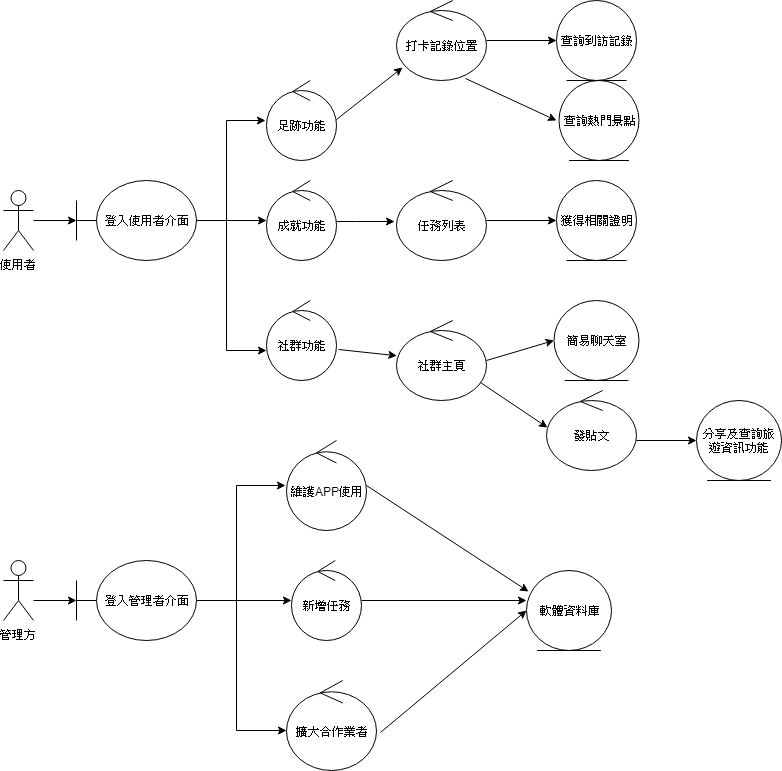
This is 強韌圖.png from 0624022/OO_2, a draw.io export, as it was before one commit. Source tidied: cells renumbered, new cells last; positions are measured from the earlier drawing's top-left corner, leaving out a move shared by most shapes. The source it was exported from:
```xml
<mxGraphModel>
  <root>
    <mxCell id="0" />
    <mxCell id="1" parent="0" />
    <mxCell id="2" value="管理方" style="shape=umlActor;verticalLabelPosition=bottom;labelBackgroundColor=#ffffff;verticalAlign=top;html=1;" parent="1" vertex="1">
      <mxGeometry y="560" width="30" height="60" as="geometry" />
    </mxCell>
    <mxCell id="3" style="edgeStyle=orthogonalEdgeStyle;rounded=0;jettySize=auto;html=1;" parent="1" edge="1" source="5">
      <mxGeometry relative="1" as="geometry">
        <mxPoint x="73" y="220" as="targetPoint" />
      </mxGeometry>
    </mxCell>
    <mxCell id="4" style="edgeStyle=orthogonalEdgeStyle;rounded=0;jettySize=auto;html=1;entryX=-0.014;entryY=0.5;entryDx=0;entryDy=0;entryPerimeter=0;" parent="1" edge="1" target="9">
      <mxGeometry relative="1" as="geometry">
        <mxPoint x="183" y="220" as="sourcePoint" />
      </mxGeometry>
    </mxCell>
    <mxCell id="5" value="使用者" style="shape=umlActor;verticalLabelPosition=bottom;labelBackgroundColor=#ffffff;verticalAlign=top;html=1;outlineConnect=0;" parent="1" vertex="1">
      <mxGeometry y="190" width="30" height="60" as="geometry" />
    </mxCell>
    <mxCell id="6" style="edgeStyle=orthogonalEdgeStyle;rounded=0;jettySize=auto;html=1;" parent="1" edge="1" source="8" target="11">
      <mxGeometry relative="1" as="geometry" />
    </mxCell>
    <mxCell id="7" style="edgeStyle=orthogonalEdgeStyle;rounded=0;jettySize=auto;html=1;entryX=0;entryY=0.625;entryDx=0;entryDy=0;entryPerimeter=0;" parent="1" edge="1" source="8" target="12">
      <mxGeometry relative="1" as="geometry">
        <Array as="points">
          <mxPoint x="223" y="220" />
          <mxPoint x="223" y="350" />
        </Array>
      </mxGeometry>
    </mxCell>
    <mxCell id="8" value="登入使用者介面" style="shape=umlBoundary;whiteSpace=wrap;html=1;" parent="1" vertex="1">
      <mxGeometry x="73" y="180" width="120" height="80" as="geometry" />
    </mxCell>
    <mxCell id="9" value="足跡功能&lt;br&gt;" style="ellipse;shape=umlControl;whiteSpace=wrap;html=1;" parent="1" vertex="1">
      <mxGeometry x="263" y="80" width="70" height="80" as="geometry" />
    </mxCell>
    <mxCell id="10" style="edgeStyle=orthogonalEdgeStyle;rounded=0;jettySize=auto;html=1;entryX=-0.022;entryY=0.513;entryDx=0;entryDy=0;entryPerimeter=0;" parent="1" edge="1" source="11" target="18">
      <mxGeometry relative="1" as="geometry">
        <Array as="points">
          <mxPoint x="353" y="221" />
          <mxPoint x="353" y="221" />
        </Array>
      </mxGeometry>
    </mxCell>
    <mxCell id="11" value="成就功能" style="ellipse;shape=umlControl;whiteSpace=wrap;html=1;" parent="1" vertex="1">
      <mxGeometry x="263" y="180" width="70" height="80" as="geometry" />
    </mxCell>
    <mxCell id="12" value="社群功能" style="ellipse;shape=umlControl;whiteSpace=wrap;html=1;" parent="1" vertex="1">
      <mxGeometry x="263" y="300" width="70" height="80" as="geometry" />
    </mxCell>
    <mxCell id="13" style="edgeStyle=orthogonalEdgeStyle;rounded=0;jettySize=auto;html=1;entryX=0;entryY=0.5;entryDx=0;entryDy=0;" parent="1" edge="1" source="14" target="16">
      <mxGeometry relative="1" as="geometry" />
    </mxCell>
    <mxCell id="14" value="打卡記錄位置" style="ellipse;shape=umlControl;whiteSpace=wrap;html=1;" parent="1" vertex="1">
      <mxGeometry x="393" width="90" height="80" as="geometry" />
    </mxCell>
    <mxCell id="15" style="endArrow=classic;html=1;exitX=1;exitY=0.488;exitDx=0;exitDy=0;exitPerimeter=0;entryX=0.067;entryY=0.838;entryDx=0;entryDy=0;entryPerimeter=0;" parent="1" edge="1" source="9" target="14">
      <mxGeometry relative="1" as="geometry" />
    </mxCell>
    <mxCell id="16" value="查詢到訪記錄" style="ellipse;shape=umlEntity;whiteSpace=wrap;html=1;" parent="1" vertex="1">
      <mxGeometry x="553" width="80" height="80" as="geometry" />
    </mxCell>
    <mxCell id="17" style="edgeStyle=orthogonalEdgeStyle;rounded=0;jettySize=auto;html=1;" parent="1" edge="1" source="18" target="19">
      <mxGeometry relative="1" as="geometry" />
    </mxCell>
    <mxCell id="18" value="任務列表" style="ellipse;shape=umlControl;whiteSpace=wrap;html=1;" parent="1" vertex="1">
      <mxGeometry x="393" y="180" width="90" height="80" as="geometry" />
    </mxCell>
    <mxCell id="19" value="獲得相關證明" style="ellipse;shape=umlEntity;whiteSpace=wrap;html=1;" parent="1" vertex="1">
      <mxGeometry x="553" y="180" width="80" height="80" as="geometry" />
    </mxCell>
    <mxCell id="20" value="社群主頁" style="ellipse;shape=umlControl;whiteSpace=wrap;html=1;" parent="1" vertex="1">
      <mxGeometry x="393" y="320" width="90" height="80" as="geometry" />
    </mxCell>
    <mxCell id="21" style="endArrow=classic;html=1;" parent="1" edge="1" target="20">
      <mxGeometry relative="1" as="geometry">
        <mxPoint x="335" y="349" as="sourcePoint" />
      </mxGeometry>
    </mxCell>
    <mxCell id="22" value="發貼文" style="ellipse;shape=umlControl;whiteSpace=wrap;html=1;" parent="1" vertex="1">
      <mxGeometry x="543" y="390" width="90" height="80" as="geometry" />
    </mxCell>
    <mxCell id="23" style="endArrow=classic;html=1;entryX=0.011;entryY=0.463;entryDx=0;entryDy=0;entryPerimeter=0;exitX=0.933;exitY=0.775;exitDx=0;exitDy=0;exitPerimeter=0;" parent="1" edge="1" source="20" target="22">
      <mxGeometry relative="1" as="geometry" />
    </mxCell>
    <mxCell id="24" style="endArrow=classic;html=1;entryX=0;entryY=0.5;entryDx=0;entryDy=0;" parent="1" edge="1" target="25">
      <mxGeometry relative="1" as="geometry">
        <mxPoint x="633" y="440" as="sourcePoint" />
      </mxGeometry>
    </mxCell>
    <mxCell id="25" value="分享及查詢旅遊資訊功能" style="ellipse;shape=umlEntity;whiteSpace=wrap;html=1;" parent="1" vertex="1">
      <mxGeometry x="693" y="400" width="85" height="80" as="geometry" />
    </mxCell>
    <mxCell id="26" style="endArrow=classic;html=1;entryX=0;entryY=0.5;entryDx=0;entryDy=0;exitX=1;exitY=0.5;exitDx=0;exitDy=0;exitPerimeter=0;" parent="1" edge="1" source="20" target="27">
      <mxGeometry relative="1" as="geometry" />
    </mxCell>
    <mxCell id="27" value="簡易聊天室" style="ellipse;shape=umlEntity;whiteSpace=wrap;html=1;" parent="1" vertex="1">
      <mxGeometry x="550.5" y="300" width="85" height="80" as="geometry" />
    </mxCell>
    <mxCell id="28" value="查詢熱門景點" style="ellipse;shape=umlEntity;whiteSpace=wrap;html=1;" parent="1" vertex="1">
      <mxGeometry x="555.5" y="80" width="80" height="80" as="geometry" />
    </mxCell>
    <mxCell id="29" style="endArrow=classic;html=1;exitX=0.767;exitY=0.975;exitDx=0;exitDy=0;exitPerimeter=0;" parent="1" edge="1" source="14">
      <mxGeometry relative="1" as="geometry">
        <mxPoint x="553" y="120" as="targetPoint" />
      </mxGeometry>
    </mxCell>
    <mxCell id="30" style="edgeStyle=orthogonalEdgeStyle;rounded=0;orthogonalLoop=1;jettySize=auto;html=1;" parent="1" edge="1">
      <mxGeometry relative="1" as="geometry">
        <mxPoint x="30" y="600" as="sourcePoint" />
        <mxPoint x="73" y="600" as="targetPoint" />
      </mxGeometry>
    </mxCell>
    <mxCell id="31" value="登入管理者介面" style="shape=umlBoundary;whiteSpace=wrap;html=1;" parent="1" vertex="1">
      <mxGeometry x="73" y="560" width="120" height="80" as="geometry" />
    </mxCell>
    <mxCell id="32" style="edgeStyle=orthogonalEdgeStyle;rounded=0;jettySize=auto;html=1;entryX=-0.014;entryY=0.5;entryDx=0;entryDy=0;entryPerimeter=0;" parent="1" edge="1" target="35">
      <mxGeometry relative="1" as="geometry">
        <mxPoint x="193" y="600" as="sourcePoint" />
        <Array as="points">
          <mxPoint x="233" y="600" />
          <mxPoint x="233" y="485" />
        </Array>
      </mxGeometry>
    </mxCell>
    <mxCell id="33" style="edgeStyle=orthogonalEdgeStyle;rounded=0;jettySize=auto;html=1;" parent="1" edge="1" target="37">
      <mxGeometry relative="1" as="geometry">
        <mxPoint x="203" y="600" as="sourcePoint" />
      </mxGeometry>
    </mxCell>
    <mxCell id="34" style="edgeStyle=orthogonalEdgeStyle;rounded=0;orthogonalLoop=1;jettySize=auto;html=1;" parent="1" edge="1">
      <mxGeometry relative="1" as="geometry">
        <mxPoint x="203" y="600" as="sourcePoint" />
        <mxPoint x="283" y="730" as="targetPoint" />
        <Array as="points">
          <mxPoint x="233" y="600" />
          <mxPoint x="233" y="730" />
        </Array>
      </mxGeometry>
    </mxCell>
    <mxCell id="35" value="維護APP使用" style="ellipse;shape=umlControl;whiteSpace=wrap;html=1;" parent="1" vertex="1">
      <mxGeometry x="283" y="440" width="80" height="90" as="geometry" />
    </mxCell>
    <mxCell id="36" style="edgeStyle=orthogonalEdgeStyle;rounded=0;jettySize=auto;html=1;entryX=0;entryY=0.375;entryDx=0;entryDy=0;entryPerimeter=0;" parent="1" edge="1" source="37" target="39">
      <mxGeometry relative="1" as="geometry" />
    </mxCell>
    <mxCell id="37" value="新增任務" style="ellipse;shape=umlControl;whiteSpace=wrap;html=1;" parent="1" vertex="1">
      <mxGeometry x="288" y="560" width="70" height="80" as="geometry" />
    </mxCell>
    <mxCell id="38" value="擴大合作業者" style="ellipse;shape=umlControl;whiteSpace=wrap;html=1;" parent="1" vertex="1">
      <mxGeometry x="283" y="680" width="90" height="90" as="geometry" />
    </mxCell>
    <mxCell id="39" value="軟體資料庫" style="ellipse;shape=umlEntity;whiteSpace=wrap;html=1;" parent="1" vertex="1">
      <mxGeometry x="523" y="570" width="85" height="80" as="geometry" />
    </mxCell>
    <mxCell id="40" style="endArrow=classic;html=1;entryX=0.024;entryY=0.263;entryDx=0;entryDy=0;entryPerimeter=0;exitX=0.933;exitY=0.775;exitDx=0;exitDy=0;exitPerimeter=0;" parent="1" edge="1" target="39">
      <mxGeometry relative="1" as="geometry">
        <mxPoint x="363" y="485" as="sourcePoint" />
      </mxGeometry>
    </mxCell>
    <mxCell id="41" style="endArrow=classic;html=1;entryX=0;entryY=0.5;entryDx=0;entryDy=0;exitX=1.044;exitY=0.578;exitDx=0;exitDy=0;exitPerimeter=0;" parent="1" edge="1" source="38" target="39">
      <mxGeometry relative="1" as="geometry" />
    </mxCell>
  </root>
</mxGraphModel>
```
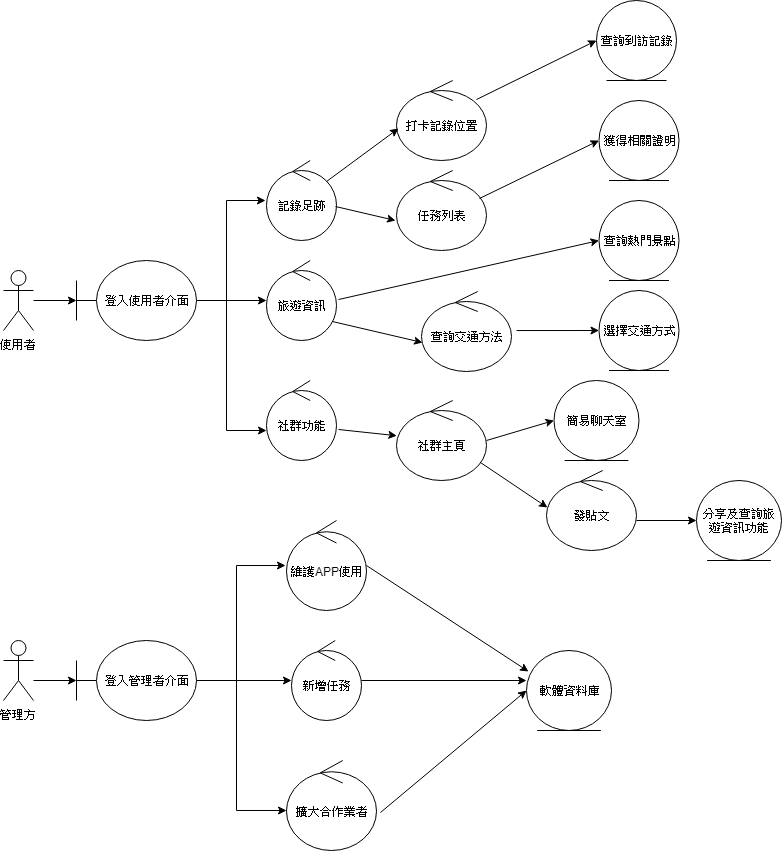
Above is the later version.

Diff of the diagram source:
```diff
@@ -32,44 +32,24 @@
     <mxCell id="8" value="登入使用者介面" style="shape=umlBoundary;whiteSpace=wrap;html=1;" parent="1" vertex="1">
       <mxGeometry x="73" y="180" width="120" height="80" as="geometry" />
     </mxCell>
-    <mxCell id="9" value="足跡功能&lt;br&gt;" style="ellipse;shape=umlControl;whiteSpace=wrap;html=1;" parent="1" vertex="1">
+    <mxCell id="9" value="記錄足跡" style="ellipse;shape=umlControl;whiteSpace=wrap;html=1;" parent="1" vertex="1">
       <mxGeometry x="263" y="80" width="70" height="80" as="geometry" />
     </mxCell>
-    <mxCell id="10" style="edgeStyle=orthogonalEdgeStyle;rounded=0;jettySize=auto;html=1;entryX=-0.022;entryY=0.513;entryDx=0;entryDy=0;entryPerimeter=0;" parent="1" edge="1" source="11" target="18">
-      <mxGeometry relative="1" as="geometry">
-        <Array as="points">
-          <mxPoint x="353" y="221" />
-          <mxPoint x="353" y="221" />
-        </Array>
-      </mxGeometry>
-    </mxCell>
-    <mxCell id="11" value="成就功能" style="ellipse;shape=umlControl;whiteSpace=wrap;html=1;" parent="1" vertex="1">
+    <mxCell id="11" value="旅遊資訊" style="ellipse;shape=umlControl;whiteSpace=wrap;html=1;" parent="1" vertex="1">
       <mxGeometry x="263" y="180" width="70" height="80" as="geometry" />
     </mxCell>
     <mxCell id="12" value="社群功能" style="ellipse;shape=umlControl;whiteSpace=wrap;html=1;" parent="1" vertex="1">
       <mxGeometry x="263" y="300" width="70" height="80" as="geometry" />
     </mxCell>
-    <mxCell id="13" style="edgeStyle=orthogonalEdgeStyle;rounded=0;jettySize=auto;html=1;entryX=0;entryY=0.5;entryDx=0;entryDy=0;" parent="1" edge="1" source="14" target="16">
-      <mxGeometry relative="1" as="geometry" />
-    </mxCell>
     <mxCell id="14" value="打卡記錄位置" style="ellipse;shape=umlControl;whiteSpace=wrap;html=1;" parent="1" vertex="1">
       <mxGeometry x="393" width="90" height="80" as="geometry" />
     </mxCell>
-    <mxCell id="15" style="endArrow=classic;html=1;exitX=1;exitY=0.488;exitDx=0;exitDy=0;exitPerimeter=0;entryX=0.067;entryY=0.838;entryDx=0;entryDy=0;entryPerimeter=0;" parent="1" edge="1" source="9" target="14">
+    <mxCell id="15" style="endArrow=classic;html=1;exitX=0.857;exitY=0.263;exitDx=0;exitDy=0;exitPerimeter=0;entryX=0.022;entryY=0.6;entryDx=0;entryDy=0;entryPerimeter=0;" parent="1" edge="1" source="9" target="14">
       <mxGeometry relative="1" as="geometry" />
     </mxCell>
     <mxCell id="16" value="查詢到訪記錄" style="ellipse;shape=umlEntity;whiteSpace=wrap;html=1;" parent="1" vertex="1">
-      <mxGeometry x="553" width="80" height="80" as="geometry" />
+      <mxGeometry x="593" y="-80" width="80" height="80" as="geometry" />
     </mxCell>
-    <mxCell id="17" style="edgeStyle=orthogonalEdgeStyle;rounded=0;jettySize=auto;html=1;" parent="1" edge="1" source="18" target="19">
-      <mxGeometry relative="1" as="geometry" />
-    </mxCell>
-    <mxCell id="18" value="任務列表" style="ellipse;shape=umlControl;whiteSpace=wrap;html=1;" parent="1" vertex="1">
-      <mxGeometry x="393" y="180" width="90" height="80" as="geometry" />
-    </mxCell>
-    <mxCell id="19" value="獲得相關證明" style="ellipse;shape=umlEntity;whiteSpace=wrap;html=1;" parent="1" vertex="1">
-      <mxGeometry x="553" y="180" width="80" height="80" as="geometry" />
-    </mxCell>
     <mxCell id="20" value="社群主頁" style="ellipse;shape=umlControl;whiteSpace=wrap;html=1;" parent="1" vertex="1">
       <mxGeometry x="393" y="320" width="90" height="80" as="geometry" />
     </mxCell>
@@ -99,13 +79,8 @@
       <mxGeometry x="550.5" y="300" width="85" height="80" as="geometry" />
     </mxCell>
     <mxCell id="28" value="查詢熱門景點" style="ellipse;shape=umlEntity;whiteSpace=wrap;html=1;" parent="1" vertex="1">
-      <mxGeometry x="555.5" y="80" width="80" height="80" as="geometry" />
+      <mxGeometry x="595.5" y="120" width="80" height="80" as="geometry" />
     </mxCell>
-    <mxCell id="29" style="endArrow=classic;html=1;exitX=0.767;exitY=0.975;exitDx=0;exitDy=0;exitPerimeter=0;" parent="1" edge="1" source="14">
-      <mxGeometry relative="1" as="geometry">
-        <mxPoint x="553" y="120" as="targetPoint" />
-      </mxGeometry>
-    </mxCell>
     <mxCell id="30" style="edgeStyle=orthogonalEdgeStyle;rounded=0;orthogonalLoop=1;jettySize=auto;html=1;" parent="1" edge="1">
       <mxGeometry relative="1" as="geometry">
         <mxPoint x="30" y="600" as="sourcePoint" />
@@ -162,5 +137,35 @@
     <mxCell id="41" style="endArrow=classic;html=1;entryX=0;entryY=0.5;entryDx=0;entryDy=0;exitX=1.044;exitY=0.578;exitDx=0;exitDy=0;exitPerimeter=0;" parent="1" edge="1" source="38" target="39">
       <mxGeometry relative="1" as="geometry" />
     </mxCell>
+    <mxCell id="19" value="獲得相關證明" style="ellipse;shape=umlEntity;whiteSpace=wrap;html=1;" parent="1" vertex="1">
+      <mxGeometry x="595.5" y="20" width="80" height="80" as="geometry" />
+    </mxCell>
+    <mxCell id="13" style="endArrow=classic;html=1;entryX=0;entryY=0.5;entryDx=0;entryDy=0;exitX=0.889;exitY=0.238;exitDx=0;exitDy=0;exitPerimeter=0;" parent="1" edge="1" source="14" target="16">
+      <mxGeometry relative="1" as="geometry" />
+    </mxCell>
+    <mxCell id="42" style="endArrow=classic;html=1;entryX=0;entryY=0.5;entryDx=0;entryDy=0;exitX=1.029;exitY=0.488;exitDx=0;exitDy=0;exitPerimeter=0;" parent="1" edge="1" source="11" target="28">
+      <mxGeometry relative="1" as="geometry" />
+    </mxCell>
+    <mxCell id="43" value="查詢交通方法" style="ellipse;shape=umlControl;whiteSpace=wrap;html=1;" parent="1" vertex="1">
+      <mxGeometry x="418" y="211" width="90" height="80" as="geometry" />
+    </mxCell>
+    <mxCell id="44" style="endArrow=classic;html=1;entryX=0.011;entryY=0.638;entryDx=0;entryDy=0;exitX=0.943;exitY=0.763;exitDx=0;exitDy=0;exitPerimeter=0;entryPerimeter=0;" parent="1" edge="1" source="11" target="43">
+      <mxGeometry relative="1" as="geometry" />
+    </mxCell>
+    <mxCell id="45" value="選擇交通方式" style="ellipse;shape=umlEntity;whiteSpace=wrap;html=1;" parent="1" vertex="1">
+      <mxGeometry x="595.5" y="210" width="80" height="80" as="geometry" />
+    </mxCell>
+    <mxCell id="46" style="endArrow=classic;html=1;entryX=0;entryY=0.5;entryDx=0;entryDy=0;exitX=1.056;exitY=0.488;exitDx=0;exitDy=0;exitPerimeter=0;" parent="1" edge="1" source="43" target="45">
+      <mxGeometry relative="1" as="geometry" />
+    </mxCell>
+    <mxCell id="18" value="任務列表" style="ellipse;shape=umlControl;whiteSpace=wrap;html=1;" parent="1" vertex="1">
+      <mxGeometry x="393" y="90" width="90" height="80" as="geometry" />
+    </mxCell>
+    <mxCell id="47" style="endArrow=classic;html=1;exitX=0.986;exitY=0.575;exitDx=0;exitDy=0;exitPerimeter=0;entryX=-0.011;entryY=0.625;entryDx=0;entryDy=0;entryPerimeter=0;" parent="1" edge="1" source="9" target="18">
+      <mxGeometry relative="1" as="geometry" />
+    </mxCell>
+    <mxCell id="17" style="endArrow=classic;html=1;exitX=0.922;exitY=0.35;exitDx=0;exitDy=0;exitPerimeter=0;entryX=0;entryY=0.5;entryDx=0;entryDy=0;" parent="1" edge="1" source="18" target="19">
+      <mxGeometry relative="1" as="geometry" />
+    </mxCell>
   </root>
 </mxGraphModel>
```
